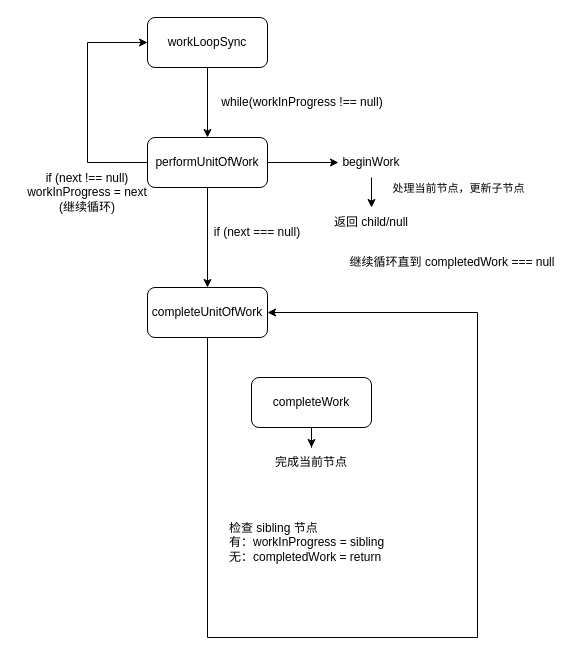
DragonnZhang/images keeps this draw.io diagram as 未命名绘图.drawio. Above is the earlier version. Source tidied: cells renumbered, new cells numbered last; positions are measured from the earlier drawing's top-left corner, leaving out a move shared by most shapes. Both pictures are drawn from the tidied source at 100%, with x=0, y=0 at pixel (17, 17).
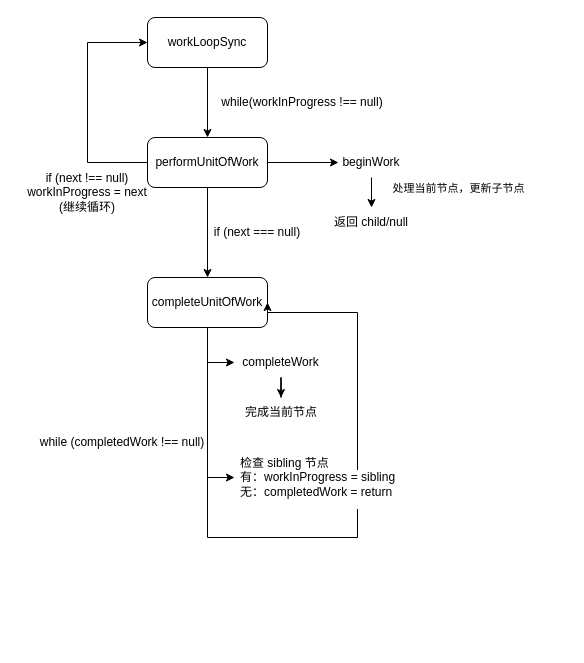
After the change.

Commit message (it also covers changes not shown here):
更新未命名绘图.drawio

Change to the diagram source:
```diff
@@
     <mxCell id="8" value="completeUnitOfWork" style="rounded=1;whiteSpace=wrap;html=1;" parent="1" vertex="1">
-      <mxGeometry x="130" y="270" width="120" height="50" as="geometry" />
+      <mxGeometry x="130" y="260" width="120" height="50" as="geometry" />
     </mxCell>
@@
-    <mxCell id="12" style="edgeStyle=orthogonalEdgeStyle;rounded=0;jettySize=auto;html=1;" parent="1" edge="1" source="13" target="19">
+    <mxCell id="12" style="edgeStyle=orthogonalEdgeStyle;rounded=0;jettySize=auto;html=1;exitX=0.5;exitY=1;exitDx=0;exitDy=0;" parent="1" edge="1" source="13" target="19">
       <mxGeometry relative="1" as="geometry" />
     </mxCell>
-    <mxCell id="13" value="completeWork" style="rounded=1;whiteSpace=wrap;html=1;" parent="1" vertex="1">
-      <mxGeometry x="234" y="360" width="120" height="50" as="geometry" />
-    </mxCell>
@@
     <mxCell id="18" style="edgeStyle=orthogonalEdgeStyle;rounded=0;orthogonalLoop=1;jettySize=auto;html=1;exitX=0.5;exitY=1;exitDx=0;exitDy=0;entryX=1;entryY=0.5;entryDx=0;entryDy=0;" parent="1" edge="1" source="8" target="8">
       <mxGeometry relative="1" as="geometry">
         <Array as="points">
-          <mxPoint x="190" y="620" />
-          <mxPoint x="460" y="620" />
-          <mxPoint x="460" y="295" />
+          <mxPoint x="190" y="520" />
+          <mxPoint x="340" y="520" />
+          <mxPoint x="340" y="295" />
+          <mxPoint x="250" y="295" />
         </Array>
       </mxGeometry>
     </mxCell>
+    <mxCell id="22" value="&amp;nbsp; &amp;nbsp;&lt;div&gt;&lt;br&gt;&lt;/div&gt;&lt;div&gt;&lt;br&gt;&lt;/div&gt;" style="edgeLabel;html=1;align=center;verticalAlign=middle;" parent="18" vertex="1">
+      <mxGeometry x="0.39" relative="1" as="geometry">
+        <mxPoint y="67" as="offset" />
+      </mxGeometry>
+    </mxCell>
     <mxCell id="19" value="完成当前节点" style="text;html=1;align=center;verticalAlign=middle;whiteSpace=wrap;rounded=0;" parent="1" vertex="1">
-      <mxGeometry x="254" y="430" width="80" height="30" as="geometry" />
+      <mxGeometry x="223.5" y="380" width="80" height="30" as="geometry" />
     </mxCell>
-    <mxCell id="20" value="检查 sibling 节点&lt;div&gt;&lt;div&gt;有：workInProgress = sibling&lt;/div&gt;&lt;div&gt;无：completedWork = return&lt;/div&gt;&lt;/div&gt;" style="text;html=1;align=left;verticalAlign=middle;whiteSpace=wrap;rounded=0;" parent="1" vertex="1">
-      <mxGeometry x="210" y="490" width="190" height="70" as="geometry" />
+    <mxCell id="20" value="检查 sibling 节点&lt;div&gt;&lt;div&gt;有：workInProgress = sibling&lt;/div&gt;&lt;div&gt;无：completedWork = return&lt;/div&gt;&lt;/div&gt;" style="text;html=1;align=left;verticalAlign=middle;whiteSpace=wrap;rounded=0;spacingLeft=4;" parent="1" vertex="1">
+      <mxGeometry x="217" y="425" width="193" height="70" as="geometry" />
     </mxCell>
-    <mxCell id="21" value="继续循环直到 completedWork === null" style="text;html=1;align=center;verticalAlign=middle;whiteSpace=wrap;rounded=0;" parent="1" vertex="1">
-      <mxGeometry x="320" y="230" width="230" height="30" as="geometry" />
-    </mxCell>
+    <mxCell id="13" value="completeWork" style="text;html=1;align=center;verticalAlign=middle;whiteSpace=wrap;rounded=0;" parent="1" vertex="1">
+      <mxGeometry x="217" y="330" width="93" height="30" as="geometry" />
+    </mxCell>
+    <mxCell id="23" value="while (completedWork !== null)" style="text;html=1;align=center;verticalAlign=middle;whiteSpace=wrap;rounded=0;" parent="1" vertex="1">
+      <mxGeometry x="20" y="410" width="170" height="30" as="geometry" />
+    </mxCell>
+    <mxCell id="24" style="endArrow=classic;html=1;rounded=0;entryX=0;entryY=0.5;entryDx=0;entryDy=0;" parent="1" edge="1" target="13">
+      <mxGeometry relative="1" as="geometry">
+        <mxPoint x="190" y="345" as="sourcePoint" />
+      </mxGeometry>
+    </mxCell>
+    <mxCell id="25" style="endArrow=classic;html=1;rounded=0;entryX=0;entryY=0.5;entryDx=0;entryDy=0;" parent="1" edge="1" target="20">
+      <mxGeometry relative="1" as="geometry">
+        <mxPoint x="190" y="460" as="sourcePoint" />
+      </mxGeometry>
+    </mxCell>
```
